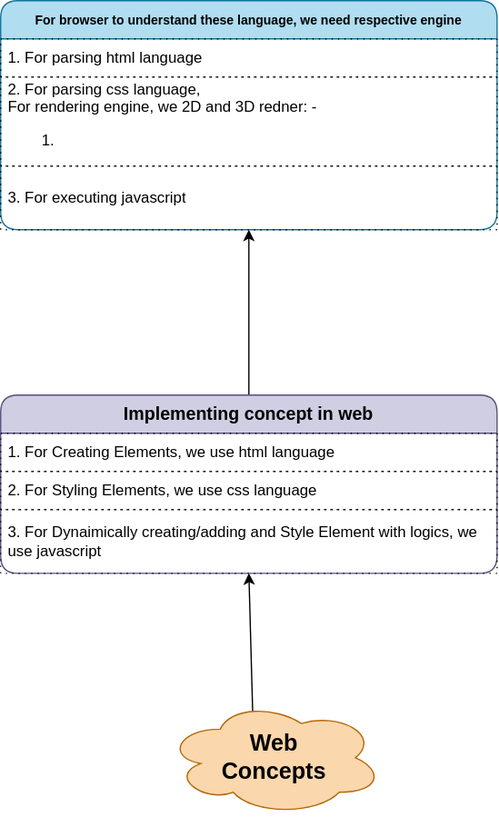
Before: apps/browser/website/web-concept/web-concept.svg, a diagram exported from draw.io (knkrn5/Programming-Concepts). Source tidied: cells renumbered, new cells last; positions are measured from the earlier drawing's top-left corner, leaving out a move shared by most shapes.
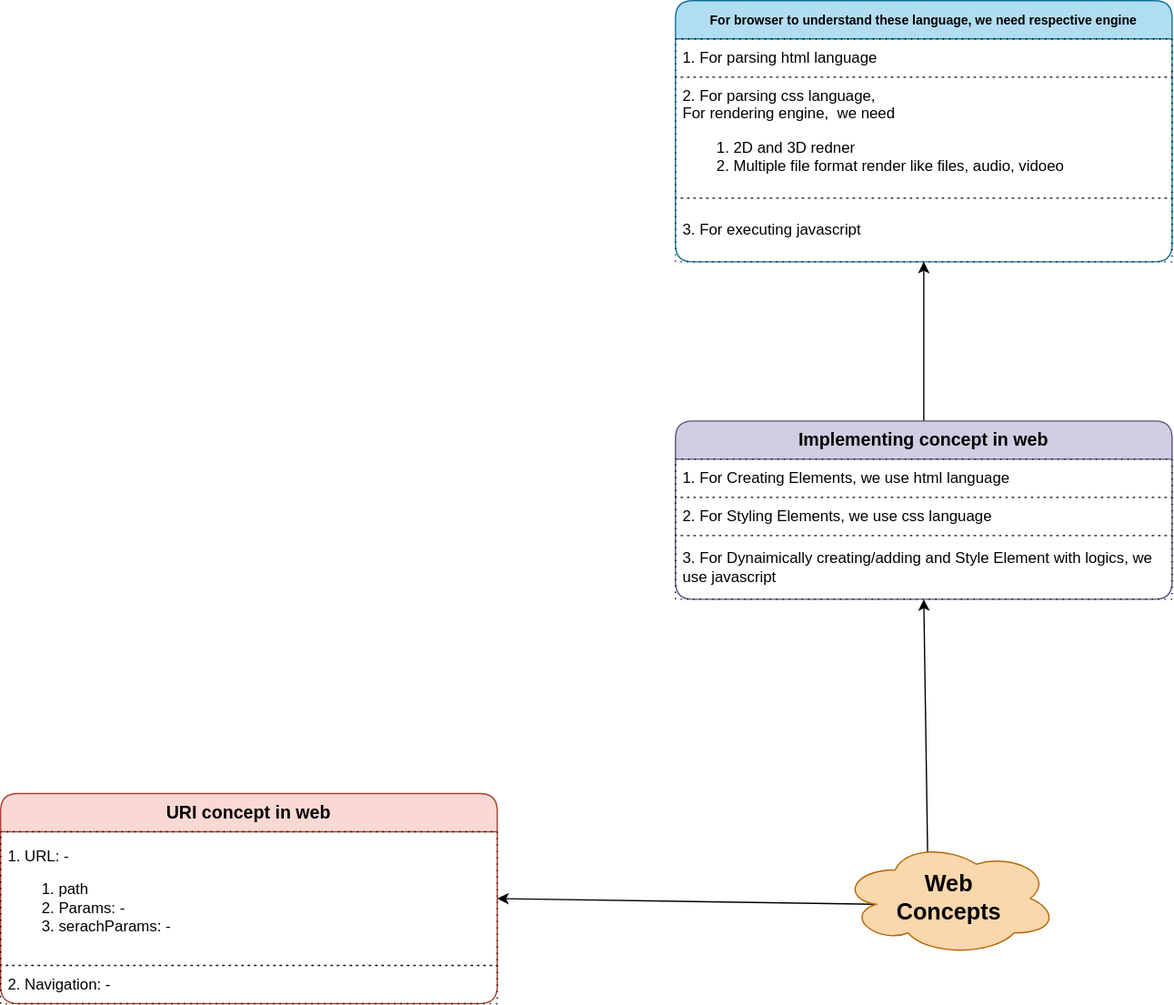
After the commit.

Commit message:
Enhance web-frameworks documentation: Added key optimizations and tasks facilitated by web frameworks, including routing, rendering, and built-in error handling pages.

The edit, as a diff of the source:
```diff
@@ -5,6 +5,9 @@
     <mxCell id="2" style="edgeStyle=none;html=1;exitX=0.4;exitY=0.1;exitDx=0;exitDy=0;exitPerimeter=0;entryX=0.5;entryY=1;entryDx=0;entryDy=0;" parent="1" edge="1" source="3" target="5">
       <mxGeometry relative="1" as="geometry" />
     </mxCell>
+    <mxCell id="13" style="edgeStyle=none;html=1;exitX=0.16;exitY=0.55;exitDx=0;exitDy=0;exitPerimeter=0;entryX=1;entryY=0.5;entryDx=0;entryDy=0;" parent="1" edge="1" source="3" target="14">
+      <mxGeometry relative="1" as="geometry" />
+    </mxCell>
     <mxCell id="3" value="&lt;b&gt;&lt;font style=&quot;font-size: 18px;&quot;&gt;Web&lt;br&gt;Concepts&lt;/font&gt;&lt;/b&gt;" style="ellipse;shape=cloud;whiteSpace=wrap;html=1;fillColor=#fad7ac;strokeColor=#b46504;" parent="1" vertex="1">
       <mxGeometry x="130" y="550" width="170" height="90" as="geometry" />
     </mxCell>
@@ -12,7 +15,7 @@
       <mxGeometry relative="1" as="geometry" />
     </mxCell>
     <mxCell id="5" value="&lt;span style=&quot;font-size: 14px;&quot;&gt;&lt;b&gt;Implementing concept in web&lt;/b&gt;&lt;/span&gt;" style="swimlane;fontStyle=0;horizontal=1;startSize=30;whiteSpace=wrap;html=1;rounded=1;fillColor=#d0cee2;strokeColor=#56517e;" parent="1" vertex="1">
-      <mxGeometry y="310" width="390" height="140" as="geometry" />
+      <mxGeometry y="220" width="390" height="140" as="geometry" />
     </mxCell>
     <mxCell id="6" value="1. For Creating Elements, we use html language" style="text;strokeColor=default;fillColor=none;align=left;verticalAlign=middle;spacingLeft=4;spacingRight=4;overflow=hidden;whiteSpace=wrap;html=1;dashed=1;dashPattern=1 4;" parent="5" vertex="1">
       <mxGeometry y="30" width="390" height="30" as="geometry" />
@@ -23,17 +26,26 @@
     <mxCell id="8" value="3. For Dynaimically creating/adding and Style Element with logics, we use javascript" style="text;strokeColor=default;fillColor=none;align=left;verticalAlign=middle;spacingLeft=4;spacingRight=4;overflow=hidden;whiteSpace=wrap;html=1;dashed=1;dashPattern=1 4;" parent="5" vertex="1">
       <mxGeometry y="90" width="390" height="50" as="geometry" />
     </mxCell>
+    <mxCell id="14" value="&lt;span style=&quot;font-size: 14px;&quot;&gt;&lt;b&gt;URI concept in web&lt;/b&gt;&lt;/span&gt;" style="swimlane;fontStyle=0;horizontal=1;startSize=30;whiteSpace=wrap;html=1;rounded=1;fillColor=#fad9d5;strokeColor=#ae4132;" parent="1" vertex="1">
+      <mxGeometry x="-530" y="512.5" width="390" height="165" as="geometry" />
+    </mxCell>
+    <mxCell id="15" value="&lt;span style=&quot;color: light-dark(rgb(0, 0, 0), rgb(255, 255, 255));&quot;&gt;1. URL: -&amp;nbsp;&lt;/span&gt;&lt;div&gt;&lt;ol&gt;&lt;li&gt;&lt;span style=&quot;color: light-dark(rgb(0, 0, 0), rgb(255, 255, 255));&quot;&gt;path&lt;/span&gt;&lt;/li&gt;&lt;li&gt;&lt;span style=&quot;color: light-dark(rgb(0, 0, 0), rgb(255, 255, 255));&quot;&gt;Params: -&amp;nbsp;&lt;/span&gt;&lt;/li&gt;&lt;li&gt;&lt;span style=&quot;color: light-dark(rgb(0, 0, 0), rgb(255, 255, 255));&quot;&gt;serachParams: -&amp;nbsp;&lt;/span&gt;&lt;/li&gt;&lt;/ol&gt;&lt;/div&gt;" style="text;strokeColor=default;fillColor=none;align=left;verticalAlign=middle;spacingLeft=4;spacingRight=4;overflow=hidden;whiteSpace=wrap;html=1;dashed=1;dashPattern=1 4;" parent="14" vertex="1">
+      <mxGeometry y="30" width="390" height="105" as="geometry" />
+    </mxCell>
+    <mxCell id="16" value="2. Navigation: -&amp;nbsp;" style="text;strokeColor=default;fillColor=none;align=left;verticalAlign=middle;spacingLeft=4;spacingRight=4;overflow=hidden;whiteSpace=wrap;html=1;dashed=1;dashPattern=1 4;" parent="14" vertex="1">
+      <mxGeometry y="135" width="390" height="30" as="geometry" />
+    </mxCell>
     <mxCell id="9" value="&lt;b&gt;&lt;font style=&quot;color: light-dark(rgb(0, 0, 0), rgb(255, 255, 255)); font-size: 10px;&quot;&gt;For browser to understand these language, we need respective engine&lt;/font&gt;&lt;/b&gt;" style="swimlane;fontStyle=0;horizontal=1;startSize=30;whiteSpace=wrap;html=1;rounded=1;fillColor=#b1ddf0;strokeColor=#10739e;" parent="1" vertex="1">
-      <mxGeometry width="390" height="180" as="geometry" />
+      <mxGeometry y="-110" width="390" height="205" as="geometry" />
     </mxCell>
     <mxCell id="10" value="1. For parsing html language" style="text;strokeColor=default;fillColor=none;align=left;verticalAlign=middle;spacingLeft=4;spacingRight=4;overflow=hidden;whiteSpace=wrap;html=1;dashed=1;dashPattern=1 4;" parent="9" vertex="1">
       <mxGeometry y="30" width="390" height="30" as="geometry" />
     </mxCell>
-    <mxCell id="11" value="&lt;span style=&quot;color: light-dark(rgb(0, 0, 0), rgb(255, 255, 255));&quot;&gt;2. For parsing css language,&lt;/span&gt;&lt;div&gt;&lt;span style=&quot;color: light-dark(rgb(0, 0, 0), rgb(255, 255, 255));&quot;&gt;For rendering engine, we 2D and 3D redner: -&amp;nbsp;&lt;/span&gt;&lt;/div&gt;&lt;div&gt;&lt;ol&gt;&lt;li&gt;&lt;br&gt;&lt;/li&gt;&lt;/ol&gt;&lt;/div&gt;" style="text;strokeColor=default;fillColor=none;align=left;verticalAlign=middle;spacingLeft=4;spacingRight=4;overflow=hidden;whiteSpace=wrap;html=1;dashed=1;dashPattern=1 4;" parent="9" vertex="1">
-      <mxGeometry y="60" width="390" height="70" as="geometry" />
+    <mxCell id="11" value="&lt;span style=&quot;color: light-dark(rgb(0, 0, 0), rgb(255, 255, 255));&quot;&gt;2. For parsing css language,&lt;/span&gt;&lt;div&gt;&lt;span style=&quot;color: light-dark(rgb(0, 0, 0), rgb(255, 255, 255));&quot;&gt;For rendering engine,&amp;nbsp; we need&amp;nbsp;&lt;/span&gt;&lt;/div&gt;&lt;div&gt;&lt;ol&gt;&lt;li&gt;&lt;span style=&quot;color: light-dark(rgb(0, 0, 0), rgb(255, 255, 255));&quot;&gt;2D and 3D redner&lt;/span&gt;&lt;/li&gt;&lt;li&gt;&lt;span style=&quot;color: light-dark(rgb(0, 0, 0), rgb(255, 255, 255));&quot;&gt;Multiple file format render like files, audio, vidoeo&lt;/span&gt;&lt;/li&gt;&lt;/ol&gt;&lt;/div&gt;" style="text;strokeColor=default;fillColor=none;align=left;verticalAlign=middle;spacingLeft=4;spacingRight=4;overflow=hidden;whiteSpace=wrap;html=1;dashed=1;dashPattern=1 4;" parent="9" vertex="1">
+      <mxGeometry y="60" width="390" height="95" as="geometry" />
     </mxCell>
     <mxCell id="12" value="3. For executing javascript" style="text;strokeColor=default;fillColor=none;align=left;verticalAlign=middle;spacingLeft=4;spacingRight=4;overflow=hidden;whiteSpace=wrap;html=1;dashed=1;dashPattern=1 4;" parent="9" vertex="1">
-      <mxGeometry y="130" width="390" height="50" as="geometry" />
+      <mxGeometry y="155" width="390" height="50" as="geometry" />
     </mxCell>
   </root>
 </mxGraphModel>
```
